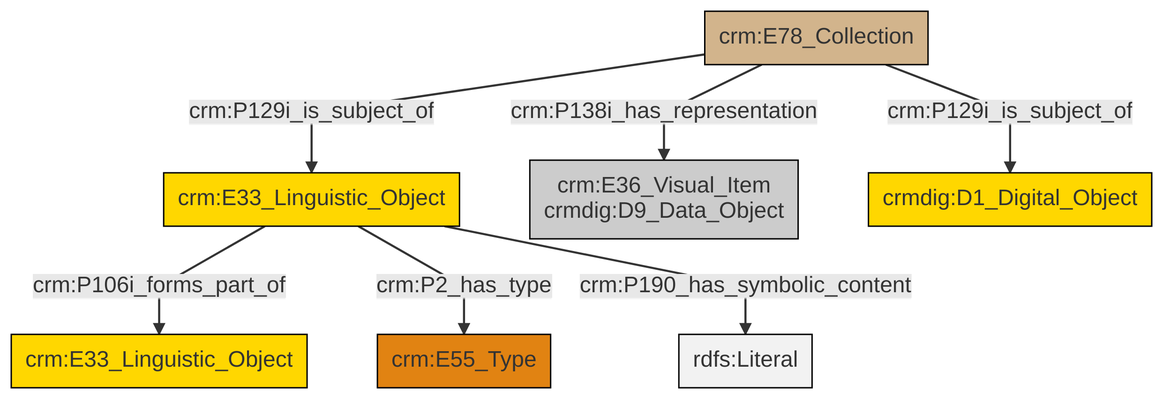
This is et/archivalCSV/ttl/mmd/png/archival_docs.png from swiss-art-research-net/docs.swissartresearch, a Mermaid export, as it was before one commit. Its source is kept beside it as et/archivalCSV/ttl/mmd/archival_docs.ttl.mmd.
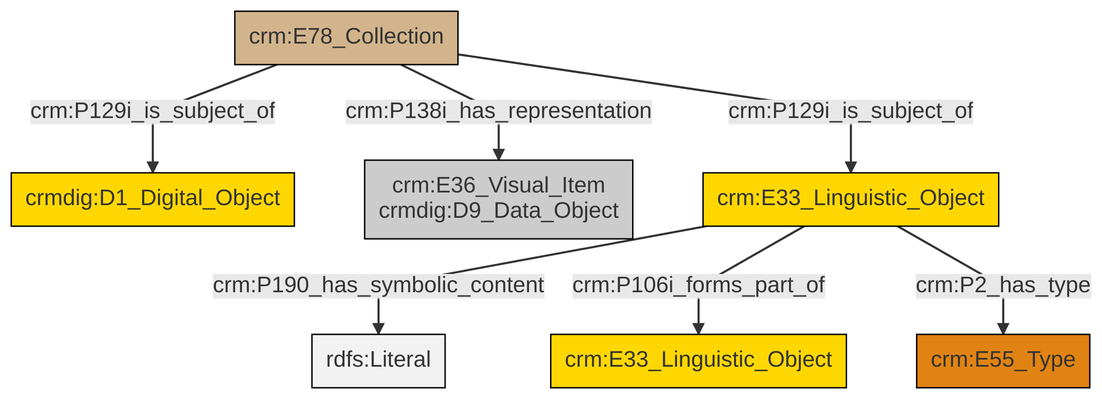
After the commit.

Diff of the diagram source:
```diff
@@ -13,9 +13,9 @@
 classDef PC_Classes fill:#4ce600, stroke:#000000;
 classDef Multi fill:#cccccc,stroke:#000000;
 
-0["crm:E33_Linguistic_Object"]:::Conceptual_Object -->|crm:P106i_forms_part_of| 1["crm:E33_Linguistic_Object"]:::Conceptual_Object
-0["crm:E33_Linguistic_Object"]:::Conceptual_Object -->|crm:P2_has_type| 4["crm:E55_Type"]:::Type
-6["crm:E78_Collection"]:::Physical_Thing -->|crm:P138i_has_representation| 2["crm:E36_Visual_Item<br>crmdig:D9_Data_Object"]:::Multi
-0["crm:E33_Linguistic_Object"]:::Conceptual_Object -->|crm:P190_has_symbolic_content| 9[rdfs:Literal]:::Literal
-6["crm:E78_Collection"]:::Physical_Thing -->|crm:P129i_is_subject_of| 10["crmdig:D1_Digital_Object"]:::Conceptual_Object
-6["crm:E78_Collection"]:::Physical_Thing -->|crm:P129i_is_subject_of| 0["crm:E33_Linguistic_Object"]:::Conceptual_Object
+0["crm:E78_Collection"]:::Physical_Thing -->|crm:P129i_is_subject_of| 1["crmdig:D1_Digital_Object"]:::Conceptual_Object
+6["crm:E33_Linguistic_Object"]:::Conceptual_Object -->|crm:P190_has_symbolic_content| 7[rdfs:Literal]:::Literal
+0["crm:E78_Collection"]:::Physical_Thing -->|crm:P138i_has_representation| 2["crm:E36_Visual_Item<br>crmdig:D9_Data_Object"]:::Multi
+6["crm:E33_Linguistic_Object"]:::Conceptual_Object -->|crm:P106i_forms_part_of| 11["crm:E33_Linguistic_Object"]:::Conceptual_Object
+6["crm:E33_Linguistic_Object"]:::Conceptual_Object -->|crm:P2_has_type| 4["crm:E55_Type"]:::Type
+0["crm:E78_Collection"]:::Physical_Thing -->|crm:P129i_is_subject_of| 6["crm:E33_Linguistic_Object"]:::Conceptual_Object
```
